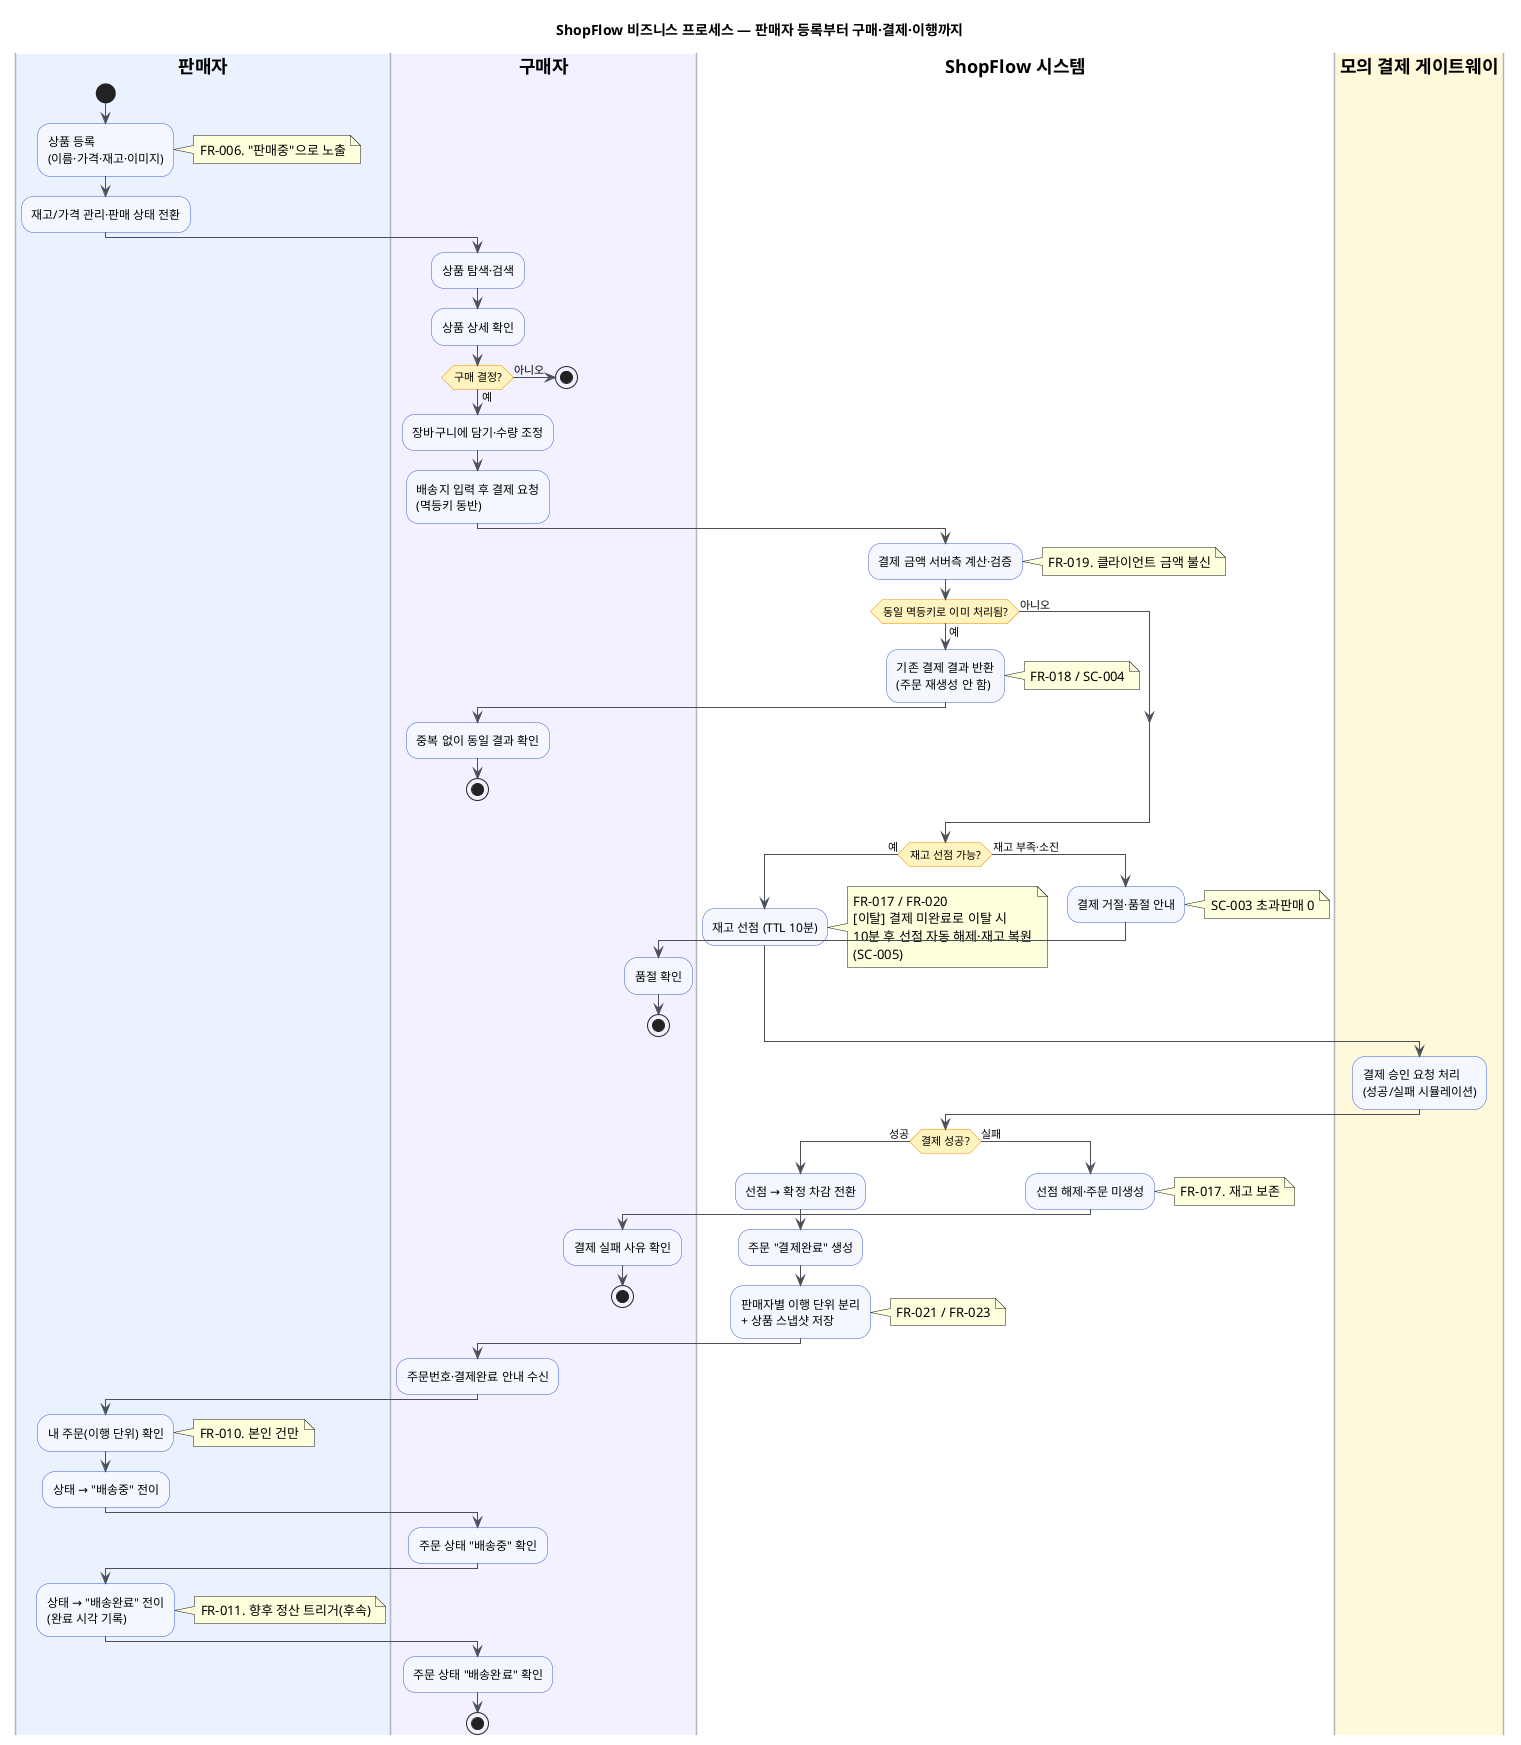
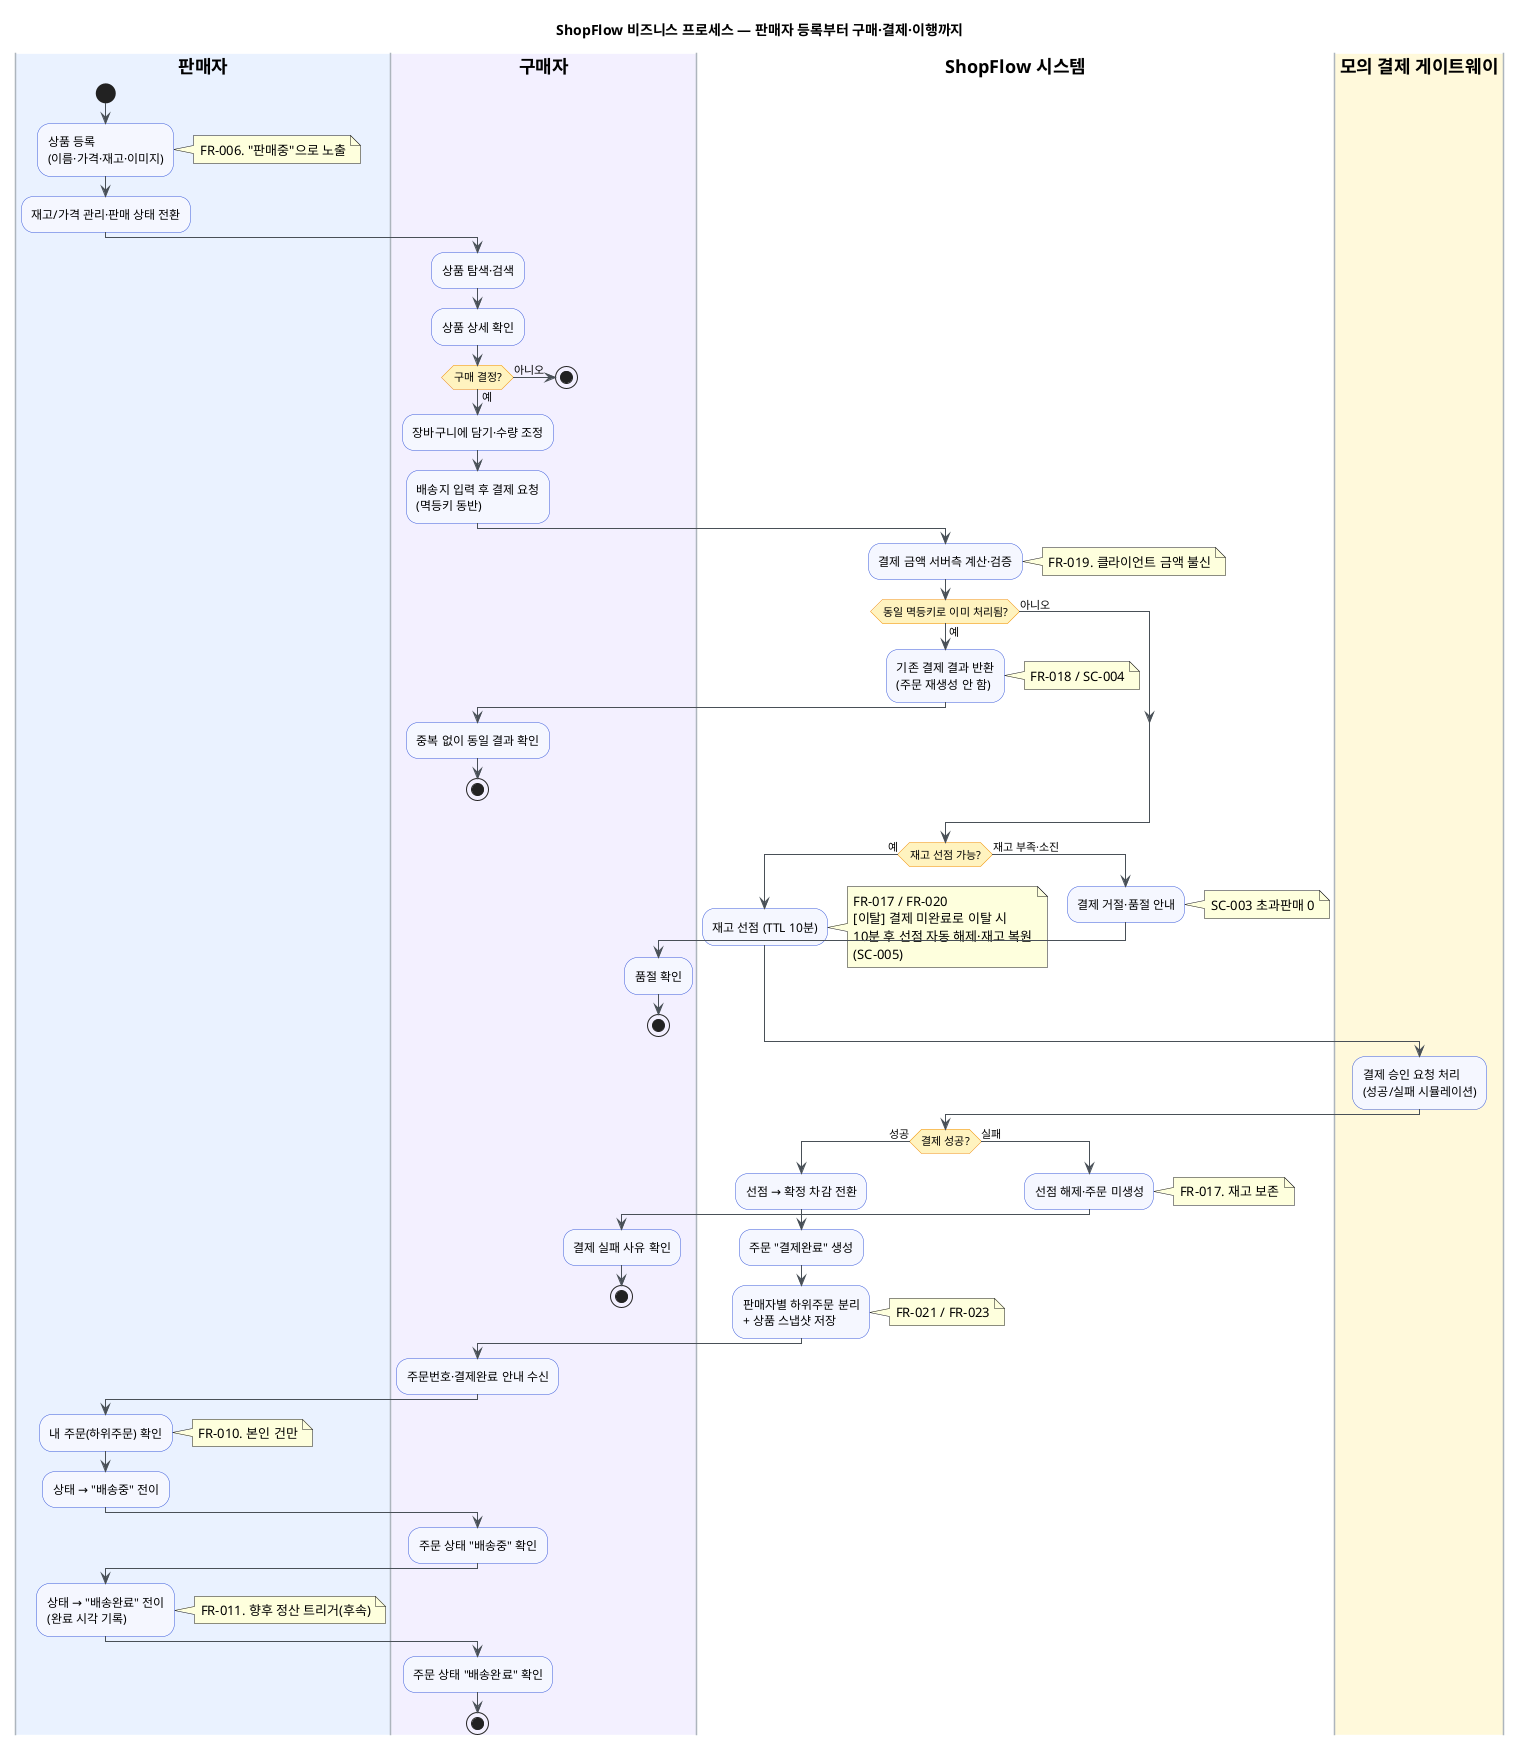
@startuml business-process-marketplace-core
' ShopFlow — 멀티셀러 핵심 커머스 비즈니스 프로세스 (스윔레인 액티비티)
' 근거: specs/001-marketplace-core/spec.md, usecases.md

title ShopFlow 비즈니스 프로세스 — 판매자 등록부터 구매·결제·이행까지

skinparam backgroundColor #FFFFFF
skinparam shadowing false
skinparam defaultFontName "Apple SD Gothic Neo"
skinparam ActivityBackgroundColor #F5F7FF
skinparam ActivityBorderColor #3B5BDB
skinparam ActivityDiamondBackgroundColor #FFF3BF
skinparam ActivityDiamondBorderColor #F08C00
skinparam ArrowColor #495057
skinparam swimlaneBorderColor #ADB5BD
skinparam swimlaneTitleFontStyle bold

|#EAF2FF|판매자|
start
:상품 등록\n(이름·가격·재고·이미지);
note right: FR-006. "판매중"으로 노출
:재고/가격 관리·판매 상태 전환;

|#F3F0FF|구매자|
:상품 탐색·검색;
:상품 상세 확인;
if (구매 결정?) then (예)
  :장바구니에 담기·수량 조정;
  :배송지 입력 후 결제 요청\n(멱등키 동반);
else (아니오)
  stop
endif

|#FFFFFF|ShopFlow 시스템|
:결제 금액 서버측 계산·검증;
note right: FR-019. 클라이언트 금액 불신
if (동일 멱등키로 이미 처리됨?) then (예)
  :기존 결제 결과 반환\n(주문 재생성 안 함);
  note right: FR-018 / SC-004
  |구매자|
  :중복 없이 동일 결과 확인;
  stop
else (아니오)
  |ShopFlow 시스템|
endif
if (재고 선점 가능?) then (예)
  :재고 선점 (TTL 10분);
  note right
    FR-017 / FR-020
    [이탈] 결제 미완료로 이탈 시
    10분 후 선점 자동 해제·재고 복원
    (SC-005)
  end note
else (재고 부족·소진)
  :결제 거절·품절 안내;
  note right: SC-003 초과판매 0
  |구매자|
  :품절 확인;
  stop
endif

|#FFF9DB|모의 결제 게이트웨이|
:결제 승인 요청 처리\n(성공/실패 시뮬레이션);

|#FFFFFF|ShopFlow 시스템|
if (결제 성공?) then (성공)
  :선점 → 확정 차감 전환;
  :주문 "결제완료" 생성;
-   :판매자별 이행 단위 분리\n+ 상품 스냅샷 저장;
+   :판매자별 하위주문 분리\n+ 상품 스냅샷 저장;
  note right: FR-021 / FR-023
else (실패)
  :선점 해제·주문 미생성;
  note right: FR-017. 재고 보존
  |구매자|
  :결제 실패 사유 확인;
  stop
endif

|구매자|
:주문번호·결제완료 안내 수신;

|판매자|
- :내 주문(이행 단위) 확인;
+ :내 주문(하위주문) 확인;
note right: FR-010. 본인 건만
:상태 → "배송중" 전이;

|구매자|
:주문 상태 "배송중" 확인;

|판매자|
:상태 → "배송완료" 전이\n(완료 시각 기록);
note right: FR-011. 향후 정산 트리거(후속)

|구매자|
:주문 상태 "배송완료" 확인;
stop

@enduml
